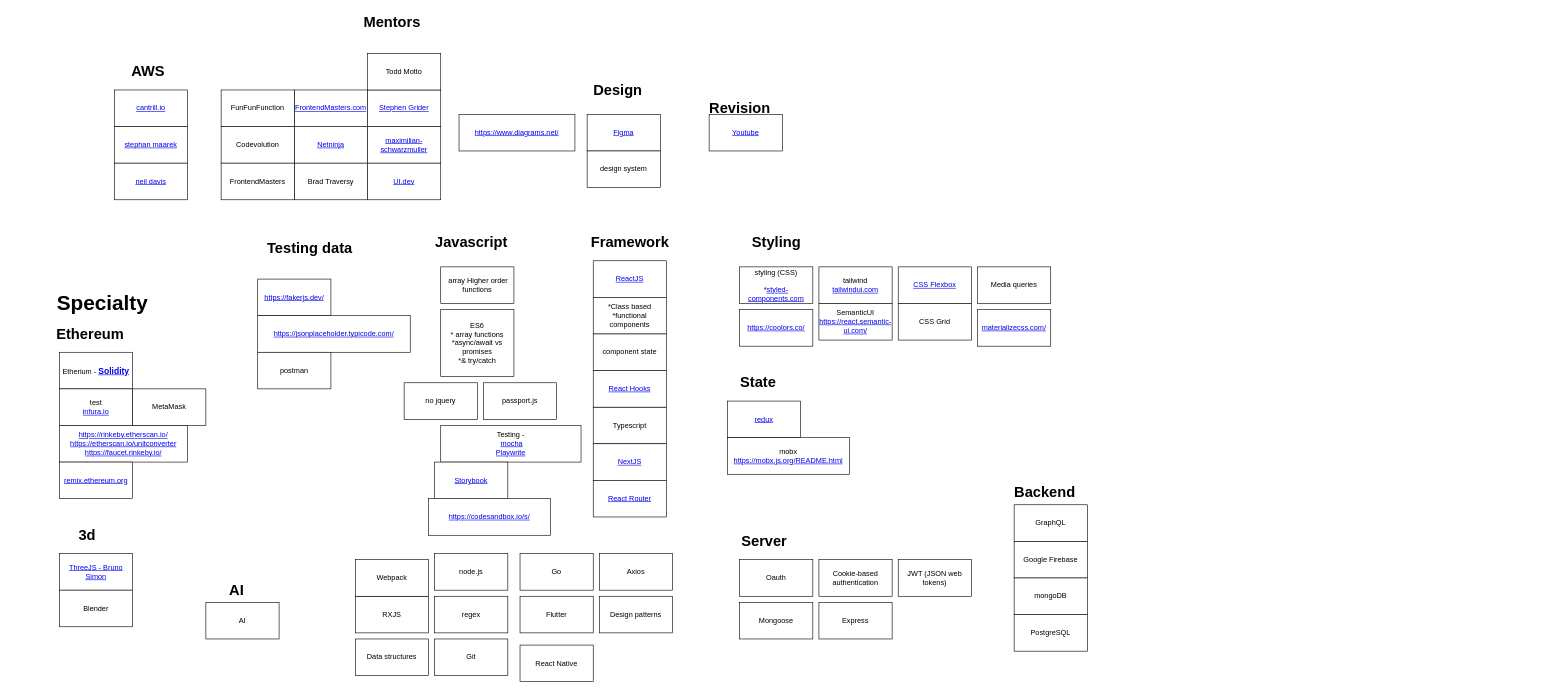
Above: techstack.drawio in swagfinger/swagfinger-diagrams (draw.io), before the change. Source tidied: cells renumbered, new cells numbered last; positions are measured from the earlier drawing's top-left corner, leaving out a move shared by most shapes. Both pictures are drawn from the tidied source at 61%, with x=0, y=0 at pixel (56, 10).
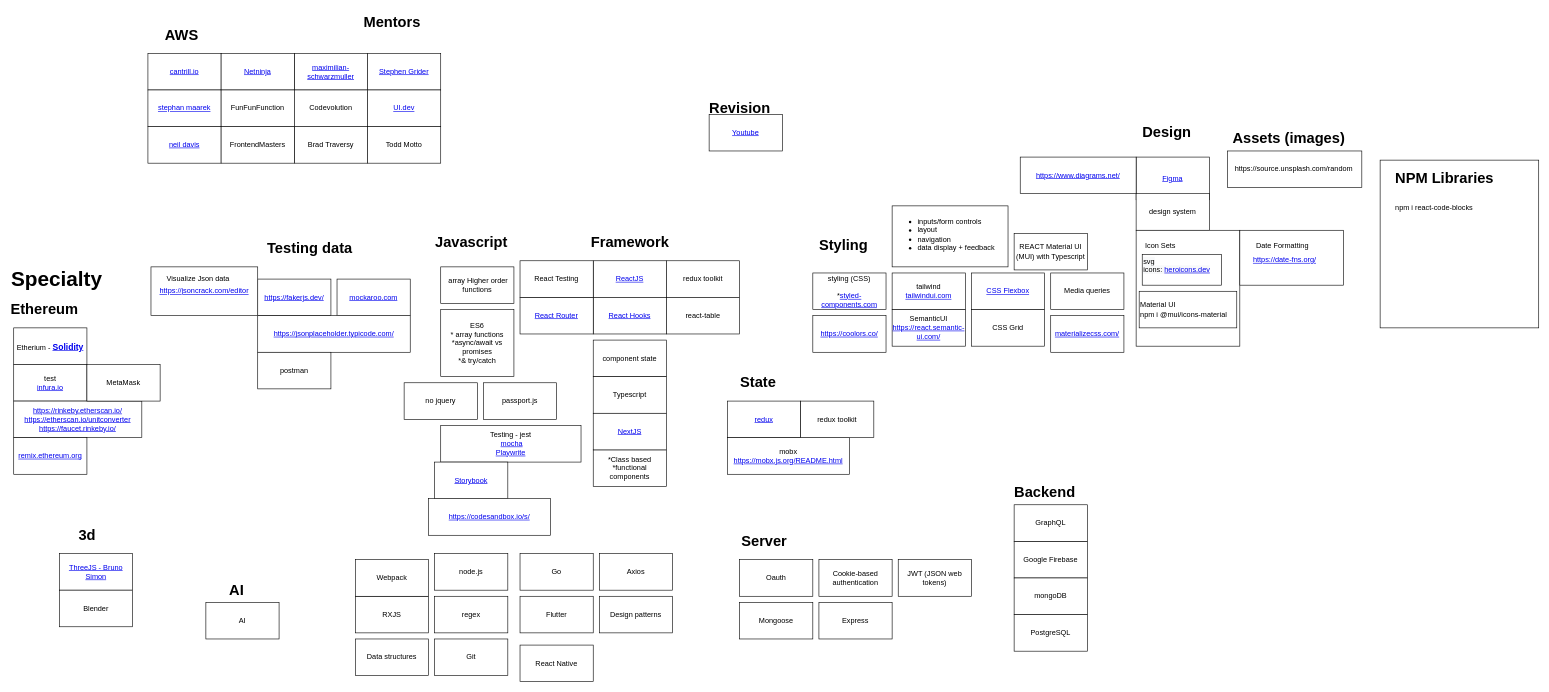
After the change.

Change to the diagram source:
```diff
@@
+    <mxCell id="89" style="rounded=0;whiteSpace=wrap;html=1;labelBackgroundColor=none;fontColor=default;" parent="1" vertex="1">
+      <mxGeometry x="2170" y="245" width="260" height="275" as="geometry" />
+    </mxCell>
@@
     <mxCell id="3" value="styling (CSS)&lt;br&gt;&lt;br&gt;*&lt;a href=&quot;styled-components.com&quot;&gt;styled-components.com&lt;/a&gt;" style="rounded=0;whiteSpace=wrap;html=1;" parent="1" vertex="1">
-      <mxGeometry x="1120" y="420" width="120" height="60" as="geometry" />
+      <mxGeometry x="1240" y="430" width="120" height="60" as="geometry" />
     </mxCell>
@@
     <mxCell id="7" value="Styling" style="text;strokeColor=none;fillColor=none;html=1;fontSize=24;fontStyle=1;verticalAlign=middle;align=center;" parent="1" vertex="1">
-      <mxGeometry x="1130" y="360" width="100" height="40" as="geometry" />
+      <mxGeometry x="1240" y="365" width="100" height="40" as="geometry" />
     </mxCell>
     <mxCell id="8" value="Design" style="text;strokeColor=none;fillColor=none;html=1;fontSize=24;fontStyle=1;verticalAlign=middle;align=center;" parent="1" vertex="1">
-      <mxGeometry x="870" y="110" width="100" height="40" as="geometry" />
+      <mxGeometry x="1770" y="180" width="100" height="40" as="geometry" />
     </mxCell>
     <mxCell id="9" value="&lt;a href=&quot;https://www.figma.com/&quot;&gt;Figma&lt;/a&gt;" style="rounded=0;whiteSpace=wrap;html=1;" parent="1" vertex="1">
-      <mxGeometry x="870" y="170" width="120" height="60" as="geometry" />
+      <mxGeometry x="1770" y="240" width="120" height="70" as="geometry" />
     </mxCell>
     <mxCell id="10" value="*Class based&lt;br&gt;*functional components" style="rounded=0;whiteSpace=wrap;html=1;align=center;" parent="1" vertex="1">
-      <mxGeometry x="880" y="470" width="120" height="60" as="geometry" />
+      <mxGeometry x="880" y="720" width="120" height="60" as="geometry" />
     </mxCell>
@@
     <mxCell id="12" value="component state" style="rounded=0;whiteSpace=wrap;html=1;" parent="1" vertex="1">
-      <mxGeometry x="880" y="530" width="120" height="60" as="geometry" />
+      <mxGeometry x="880" y="540" width="120" height="60" as="geometry" />
     </mxCell>
     <mxCell id="13" value="tailwind&lt;br&gt;&lt;a href=&quot;tailwindui.com&quot;&gt;tailwindui.com&lt;/a&gt;" style="rounded=0;whiteSpace=wrap;html=1;" parent="1" vertex="1">
-      <mxGeometry x="1250" y="420" width="120" height="60" as="geometry" />
+      <mxGeometry x="1370" y="430" width="120" height="60" as="geometry" />
     </mxCell>
     <mxCell id="14" value="Typescript" style="rounded=0;whiteSpace=wrap;html=1;" parent="1" vertex="1">
-      <mxGeometry x="880" y="650" width="120" height="60" as="geometry" />
+      <mxGeometry x="880" y="600" width="120" height="60" as="geometry" />
     </mxCell>
     <mxCell id="15" value="&lt;a href=&quot;https://coolors.co/&quot;&gt;https://coolors.co/&lt;/a&gt;" style="rounded=0;whiteSpace=wrap;html=1;" parent="1" vertex="1">
-      <mxGeometry x="1120" y="490" width="120" height="60" as="geometry" />
+      <mxGeometry x="1240" y="500" width="120" height="60" as="geometry" />
     </mxCell>
     <mxCell id="16" value="&lt;a href=&quot;https://nextjs.org/&quot;&gt;NextJS&lt;/a&gt;" style="rounded=0;whiteSpace=wrap;html=1;" parent="1" vertex="1">
-      <mxGeometry x="880" y="710" width="120" height="60" as="geometry" />
+      <mxGeometry x="880" y="660" width="120" height="60" as="geometry" />
     </mxCell>
     <mxCell id="17" value="SemanticUI&lt;br&gt;&lt;a href=&quot;https://react.semantic-ui.com/&quot;&gt;https://react.semantic-ui.com/&lt;/a&gt;" style="rounded=0;whiteSpace=wrap;html=1;" parent="1" vertex="1">
-      <mxGeometry x="1250" y="480" width="120" height="60" as="geometry" />
+      <mxGeometry x="1370" y="490" width="120" height="60" as="geometry" />
     </mxCell>
@@
     <mxCell id="22" value="Etherium -&amp;nbsp;&lt;h3 style=&quot;-webkit-tap-highlight-color: rgba(255, 255, 255, 0.1); outline: 0px; text-align: left; margin: 0px 0px 3px; padding: 5px 0px 0px; line-height: 1.3; display: inline-block;&quot; class=&quot;LC20lb MBeuO DKV0Md&quot;&gt;&lt;a href=&quot;https://docs.soliditylang.org/&quot;&gt;Solidity&lt;/a&gt;&lt;/h3&gt;" style="rounded=0;whiteSpace=wrap;html=1;" parent="1" vertex="1">
-      <mxGeometry x="5" y="560" width="120" height="60" as="geometry" />
+      <mxGeometry x="-70" y="520" width="120" height="60" as="geometry" />
     </mxCell>
     <mxCell id="23" value="Specialty" style="text;strokeColor=none;fillColor=none;html=1;fontSize=34;fontStyle=1;verticalAlign=middle;align=center;" parent="1" vertex="1">
-      <mxGeometry x="25" y="460" width="100" height="40" as="geometry" />
+      <mxGeometry x="-50" y="420" width="100" height="40" as="geometry" />
     </mxCell>
     <mxCell id="24" value="test&lt;br&gt;&lt;a href=&quot;infura.io&quot;&gt;infura.io&lt;/a&gt;" style="rounded=0;whiteSpace=wrap;html=1;" parent="1" vertex="1">
-      <mxGeometry x="5" y="620" width="120" height="60" as="geometry" />
+      <mxGeometry x="-70" y="580" width="120" height="60" as="geometry" />
     </mxCell>
     <mxCell id="25" value="&lt;a href=&quot;https://rinkeby.etherscan.io/&quot;&gt;https://rinkeby.etherscan.io/&lt;br&gt;&lt;/a&gt;&lt;a href=&quot;https://etherscan.io/unitconverter&quot;&gt;https://etherscan.io/unitconverter&lt;/a&gt;&lt;br&gt;&lt;a href=&quot;https://faucet.rinkeby.io/&quot;&gt;https://faucet.rinkeby.io/&lt;/a&gt;" style="rounded=0;whiteSpace=wrap;html=1;" parent="1" vertex="1">
-      <mxGeometry x="5" y="680" width="210" height="60" as="geometry" />
+      <mxGeometry x="-70" y="640" width="210" height="60" as="geometry" />
     </mxCell>
     <mxCell id="26" value="&lt;a href=&quot;remix.ethereum.org&quot;&gt;remix.ethereum.org&lt;/a&gt;" style="rounded=0;whiteSpace=wrap;html=1;" parent="1" vertex="1">
-      <mxGeometry x="5" y="740" width="120" height="60" as="geometry" />
+      <mxGeometry x="-70" y="700" width="120" height="60" as="geometry" />
     </mxCell>
     <mxCell id="27" value="&lt;a href=&quot;https://www.diagrams.net/&quot;&gt;https://www.diagrams.net/&lt;/a&gt;" style="rounded=0;whiteSpace=wrap;html=1;" parent="1" vertex="1">
-      <mxGeometry x="660" y="170" width="190" height="60" as="geometry" />
+      <mxGeometry x="1580" y="240" width="190" height="60" as="geometry" />
     </mxCell>
     <mxCell id="28" value="Ethereum" style="text;strokeColor=none;fillColor=none;html=1;fontSize=24;fontStyle=1;verticalAlign=middle;align=center;" parent="1" vertex="1">
-      <mxGeometry x="5" y="510" width="100" height="40" as="geometry" />
+      <mxGeometry x="-70" y="470" width="100" height="40" as="geometry" />
     </mxCell>
@@
     <mxCell id="32" value="AWS" style="text;strokeColor=none;fillColor=none;html=1;fontSize=24;fontStyle=1;verticalAlign=middle;align=center;" parent="1" vertex="1">
-      <mxGeometry x="100" y="80" width="100" height="40" as="geometry" />
+      <mxGeometry x="155" y="20" width="100" height="40" as="geometry" />
     </mxCell>
@@
     <mxCell id="35" value="&lt;a href=&quot;cantrill.io&quot;&gt;cantrill.io&lt;/a&gt;" style="rounded=0;whiteSpace=wrap;html=1;" parent="1" vertex="1">
-      <mxGeometry x="95" y="130" width="120" height="60" as="geometry" />
+      <mxGeometry x="150" y="70" width="120" height="60" as="geometry" />
     </mxCell>
     <mxCell id="36" value="&lt;a href=&quot;https://www.udemy.com/user/stephane-maarek/&quot;&gt;stephan maarek&lt;/a&gt;" style="rounded=0;whiteSpace=wrap;html=1;" parent="1" vertex="1">
-      <mxGeometry x="95" y="190" width="120" height="60" as="geometry" />
+      <mxGeometry x="150" y="130" width="120" height="60" as="geometry" />
     </mxCell>
     <mxCell id="37" value="&lt;a href=&quot;https://www.udemy.com/user/63f4a578-c67a-456b-916c-ddadf73e9a26/&quot;&gt;neil davis&lt;/a&gt;" style="rounded=0;whiteSpace=wrap;html=1;" parent="1" vertex="1">
-      <mxGeometry x="95" y="250" width="120" height="60" as="geometry" />
+      <mxGeometry x="150" y="190" width="120" height="60" as="geometry" />
     </mxCell>
@@
     <mxCell id="39" value="&lt;a href=&quot;https://www.udemy.com/user/sgslo/&quot;&gt;Stephen Grider&lt;/a&gt;" style="rounded=0;whiteSpace=wrap;html=1;" parent="1" vertex="1">
-      <mxGeometry x="510" y="130" width="120" height="60" as="geometry" />
+      <mxGeometry x="510" y="70" width="120" height="60" as="geometry" />
     </mxCell>
     <mxCell id="40" value="&lt;a href=&quot;https://www.udemy.com/user/maximilian-schwarzmuller/&quot;&gt;maximilian-schwarzmuller&lt;/a&gt;" style="rounded=0;whiteSpace=wrap;html=1;" parent="1" vertex="1">
-      <mxGeometry x="510" y="190" width="120" height="60" as="geometry" />
+      <mxGeometry x="390" y="70" width="120" height="60" as="geometry" />
     </mxCell>
     <mxCell id="41" value="&lt;a href=&quot;https://ui.dev/&quot;&gt;UI.dev&lt;/a&gt;" style="rounded=0;whiteSpace=wrap;html=1;" parent="1" vertex="1">
-      <mxGeometry x="510" y="250" width="120" height="60" as="geometry" />
+      <mxGeometry x="510" y="130" width="120" height="60" as="geometry" />
     </mxCell>
     <mxCell id="42" value="MetaMask" style="rounded=0;whiteSpace=wrap;html=1;" parent="1" vertex="1">
-      <mxGeometry x="125" y="620" width="120" height="60" as="geometry" />
+      <mxGeometry x="50" y="580" width="120" height="60" as="geometry" />
     </mxCell>
-    <mxCell id="43" value="Testing - &lt;br&gt;&amp;nbsp;&lt;a href=&quot;https://mochajs.org/&quot;&gt;mocha&lt;/a&gt;&lt;br&gt;&lt;a href=&quot;https://playwright.dev&quot;&gt;Playwrite&lt;/a&gt;" style="rounded=0;whiteSpace=wrap;html=1;" parent="1" vertex="1">
+    <mxCell id="43" value="Testing - jest&lt;br&gt;&amp;nbsp;&lt;a href=&quot;https://mochajs.org/&quot;&gt;mocha&lt;/a&gt;&lt;br&gt;&lt;a href=&quot;https://playwright.dev&quot;&gt;Playwrite&lt;/a&gt;" style="rounded=0;whiteSpace=wrap;html=1;" parent="1" vertex="1">
       <mxGeometry x="630" y="680" width="230" height="60" as="geometry" />
     </mxCell>
@@
     <mxCell id="49" value="&lt;a href=&quot;https://www.youtube.com/c/TheNetNinja/playlists?app=desktop&quot;&gt;Netninja&lt;/a&gt;" style="rounded=0;whiteSpace=wrap;html=1;" parent="1" vertex="1">
-      <mxGeometry x="390" y="190" width="120" height="60" as="geometry" />
+      <mxGeometry x="270" y="70" width="120" height="60" as="geometry" />
     </mxCell>
-    <mxCell id="50" value="&lt;a href=&quot;FrontendMasters.com&quot;&gt;FrontendMasters.com&lt;/a&gt;" style="rounded=0;whiteSpace=wrap;html=1;" parent="1" vertex="1">
-      <mxGeometry x="390" y="130" width="120" height="60" as="geometry" />
-    </mxCell>
@@
     <mxCell id="58" value="&lt;a href=&quot;https://css-tricks.com/snippets/css/a-guide-to-flexbox/&quot;&gt;CSS Flexbox&lt;/a&gt;" style="rounded=0;whiteSpace=wrap;html=1;fontSize=12;" parent="1" vertex="1">
-      <mxGeometry x="1380" y="420" width="120" height="60" as="geometry" />
+      <mxGeometry x="1500" y="430" width="120" height="60" as="geometry" />
     </mxCell>
     <mxCell id="59" value="CSS Grid" style="rounded=0;whiteSpace=wrap;html=1;fontSize=12;" parent="1" vertex="1">
-      <mxGeometry x="1380" y="480" width="120" height="60" as="geometry" />
+      <mxGeometry x="1500" y="490" width="120" height="60" as="geometry" />
     </mxCell>
     <mxCell id="60" value="Media queries" style="rounded=0;whiteSpace=wrap;html=1;fontSize=12;" parent="1" vertex="1">
-      <mxGeometry x="1510" y="420" width="120" height="60" as="geometry" />
+      <mxGeometry x="1630" y="430" width="120" height="60" as="geometry" />
     </mxCell>
@@
     <mxCell id="65" value="&lt;a href=&quot;https://reactjs.org/docs/hooks-intro.html&quot;&gt;React Hooks&lt;/a&gt;" style="rounded=0;whiteSpace=wrap;html=1;fontSize=12;" parent="1" vertex="1">
-      <mxGeometry x="880" y="590" width="120" height="60" as="geometry" />
+      <mxGeometry x="880" y="470" width="120" height="60" as="geometry" />
     </mxCell>
@@
     <mxCell id="72" value="&lt;a href=&quot;https://reactrouter.com/en/main&quot;&gt;React Router&lt;/a&gt;" style="rounded=0;whiteSpace=wrap;html=1;fontSize=12;" parent="1" vertex="1">
-      <mxGeometry x="880" y="770" width="120" height="60" as="geometry" />
+      <mxGeometry x="760" y="470" width="120" height="60" as="geometry" />
     </mxCell>
@@
     <mxCell id="75" value="design system" style="rounded=0;whiteSpace=wrap;html=1;" parent="1" vertex="1">
-      <mxGeometry x="870" y="230" width="120" height="60" as="geometry" />
+      <mxGeometry x="1770" y="300" width="120" height="60" as="geometry" />
     </mxCell>
     <mxCell id="76" value="Brad&amp;nbsp;Traversy" style="rounded=0;whiteSpace=wrap;html=1;" parent="1" vertex="1">
-      <mxGeometry x="390" y="250" width="120" height="60" as="geometry" />
+      <mxGeometry x="390" y="190" width="120" height="60" as="geometry" />
     </mxCell>
@@
     <mxCell id="78" value="Codevolution" style="rounded=0;whiteSpace=wrap;html=1;" parent="1" vertex="1">
-      <mxGeometry x="270" y="190" width="120" height="60" as="geometry" />
+      <mxGeometry x="390" y="130" width="120" height="60" as="geometry" />
     </mxCell>
     <mxCell id="79" value="FrontendMasters" style="rounded=0;whiteSpace=wrap;html=1;" parent="1" vertex="1">
-      <mxGeometry x="270" y="250" width="120" height="60" as="geometry" />
+      <mxGeometry x="270" y="190" width="120" height="60" as="geometry" />
     </mxCell>
     <mxCell id="80" value="Todd Motto" style="rounded=0;whiteSpace=wrap;html=1;" parent="1" vertex="1">
-      <mxGeometry x="510" y="70" width="120" height="60" as="geometry" />
+      <mxGeometry x="510" y="190" width="120" height="60" as="geometry" />
     </mxCell>
@@
     <mxCell id="88" value="&lt;a href=&quot;materializecss.com/&quot;&gt;materializecss.com/&lt;/a&gt;" style="rounded=0;whiteSpace=wrap;html=1;" parent="1" vertex="1">
-      <mxGeometry x="1510" y="490" width="120" height="60" as="geometry" />
+      <mxGeometry x="1630" y="500" width="120" height="60" as="geometry" />
     </mxCell>
+    <mxCell id="90" style="rounded=0;whiteSpace=wrap;html=1;" parent="1" vertex="1">
+      <mxGeometry x="1770" y="360" width="170" height="190" as="geometry" />
+    </mxCell>
+    <mxCell id="91" value="Icon Sets" style="text;html=1;strokeColor=none;fillColor=none;align=center;verticalAlign=middle;whiteSpace=wrap;rounded=0;" parent="1" vertex="1">
+      <mxGeometry x="1780" y="370" width="60" height="30" as="geometry" />
+    </mxCell>
+    <mxCell id="92" value="redux toolkit" style="rounded=0;whiteSpace=wrap;html=1;" parent="1" vertex="1">
+      <mxGeometry x="1220" y="640" width="120" height="60" as="geometry" />
+    </mxCell>
+    <mxCell id="93" value="&lt;a href=&quot;data:page/id,x5lRMFWij2Tr5DptwATU&quot;&gt;mockaroo.com&lt;/a&gt;" style="rounded=0;whiteSpace=wrap;html=1;" parent="1" vertex="1">
+      <mxGeometry x="460" y="440" width="120" height="60" as="geometry" />
+    </mxCell>
+    <mxCell id="94" style="rounded=0;whiteSpace=wrap;html=1;" parent="1" vertex="1">
+      <mxGeometry x="1940" y="360" width="170" height="90" as="geometry" />
+    </mxCell>
+    <mxCell id="95" value="Date Formatting" style="text;html=1;strokeColor=none;fillColor=none;align=center;verticalAlign=middle;whiteSpace=wrap;rounded=0;" parent="1" vertex="1">
+      <mxGeometry x="1950" y="370" width="120" height="30" as="geometry" />
+    </mxCell>
+    <mxCell id="96" value="&lt;a href=&quot;https://date-fns.org/&quot;&gt;https://date-fns.org/&lt;/a&gt;" style="text;html=1;strokeColor=none;fillColor=none;align=left;verticalAlign=top;whiteSpace=wrap;rounded=0;" parent="1" vertex="1">
+      <mxGeometry x="1960" y="395" width="140" height="30" as="geometry" />
+    </mxCell>
+    <mxCell id="97" value="&lt;span style=&quot;text-align: left;&quot;&gt;&lt;a href=&quot;https://jsoncrack.com/editor&quot;&gt;https://jsoncrack.com/editor&lt;/a&gt;&lt;/span&gt;" style="rounded=0;whiteSpace=wrap;html=1;" parent="1" vertex="1">
+      <mxGeometry x="155" y="420" width="175" height="80" as="geometry" />
+    </mxCell>
+    <mxCell id="98" value="Visualize Json data" style="text;html=1;strokeColor=none;fillColor=none;align=center;verticalAlign=middle;whiteSpace=wrap;rounded=0;" parent="1" vertex="1">
+      <mxGeometry x="155" y="425" width="155" height="30" as="geometry" />
+    </mxCell>
+    <mxCell id="99" value="&lt;ul&gt;&lt;li&gt;inputs/form controls&lt;/li&gt;&lt;li&gt;layout&lt;/li&gt;&lt;li&gt;navigation&lt;/li&gt;&lt;li&gt;data display + feedback&lt;/li&gt;&lt;/ul&gt;" style="rounded=0;whiteSpace=wrap;html=1;align=left;verticalAlign=top;" parent="1" vertex="1">
+      <mxGeometry x="1370" y="320" width="190" height="100" as="geometry" />
+    </mxCell>
+    <mxCell id="100" value="React Testing" style="rounded=0;whiteSpace=wrap;html=1;" parent="1" vertex="1">
+      <mxGeometry x="760" y="410" width="120" height="60" as="geometry" />
+    </mxCell>
+    <mxCell id="101" value="REACT Material UI (MUI) with Typescript" style="rounded=0;whiteSpace=wrap;html=1;" parent="1" vertex="1">
+      <mxGeometry x="1570" y="365" width="120" height="60" as="geometry" />
+    </mxCell>
+    <mxCell id="102" value="redux toolkit" style="rounded=0;whiteSpace=wrap;html=1;" parent="1" vertex="1">
+      <mxGeometry x="1000" y="410" width="120" height="60" as="geometry" />
+    </mxCell>
+    <mxCell id="103" value="react-table" style="rounded=0;whiteSpace=wrap;html=1;" parent="1" vertex="1">
+      <mxGeometry x="1000" y="470" width="120" height="60" as="geometry" />
+    </mxCell>
+    <mxCell id="104" value="&lt;span style=&quot;&quot;&gt;Material UI&lt;br&gt;npm i @mui/icons-material&lt;/span&gt;" style="rounded=0;whiteSpace=wrap;html=1;labelBackgroundColor=none;fontColor=default;align=left;" parent="1" vertex="1">
+      <mxGeometry x="1775" y="460" width="160" height="60" as="geometry" />
+    </mxCell>
+    <mxCell id="105" value="&#10;&lt;span style=&quot;color: rgb(0, 0, 0); font-family: Helvetica; font-size: 12px; font-style: normal; font-variant-ligatures: normal; font-variant-caps: normal; font-weight: 400; letter-spacing: normal; orphans: 2; text-indent: 0px; text-transform: none; widows: 2; word-spacing: 0px; -webkit-text-stroke-width: 0px; background-color: rgb(248, 249, 250); text-decoration-thickness: initial; text-decoration-style: initial; text-decoration-color: initial; float: none; display: inline !important;&quot;&gt;svg icons:&amp;nbsp;&lt;/span&gt;&lt;a style=&quot;font-family: Helvetica; font-size: 12px; font-style: normal; font-variant-ligatures: normal; font-variant-caps: normal; font-weight: 400; letter-spacing: normal; orphans: 2; text-indent: 0px; text-transform: none; widows: 2; word-spacing: 0px; -webkit-text-stroke-width: 0px; background-color: rgb(248, 249, 250);&quot; href=&quot;data:page/id,x5lRMFWij2Tr5DptwATU&quot;&gt;heroicons.dev&lt;/a&gt;&#10;&#10;" style="rounded=0;whiteSpace=wrap;html=1;labelBackgroundColor=none;fontColor=default;align=left;" parent="1" vertex="1">
+      <mxGeometry x="1780" y="400" width="130" height="50" as="geometry" />
+    </mxCell>
+    <mxCell id="106" value="&lt;h1&gt;&lt;span style=&quot;background-color: initial;&quot;&gt;NPM Libraries&lt;/span&gt;&lt;/h1&gt;&lt;h1&gt;&lt;font style=&quot;font-size: 12px; font-weight: normal;&quot;&gt;npm i&amp;nbsp;react-code-blocks&lt;/font&gt;&lt;br&gt;&lt;/h1&gt;" style="text;html=1;strokeColor=none;fillColor=none;spacing=5;spacingTop=-20;whiteSpace=wrap;overflow=hidden;rounded=0;labelBackgroundColor=none;fontColor=default;" parent="1" vertex="1">
+      <mxGeometry x="2190" y="255" width="220" height="215" as="geometry" />
+    </mxCell>
+    <mxCell id="107" value="&lt;div style=&quot;color: rgb(212, 212, 212); background-color: rgb(30, 30, 30); font-family: Consolas, &amp;quot;Courier New&amp;quot;, monospace; font-weight: normal; font-size: 14px; line-height: 19px;&quot;&gt;&lt;br&gt;&lt;/div&gt;" style="text;whiteSpace=wrap;html=1;" parent="1" vertex="1">
+      <mxGeometry x="1990" y="510" width="300" height="40" as="geometry" />
+    </mxCell>
+    <mxCell id="108" style="rounded=0;whiteSpace=wrap;html=1;" parent="1" vertex="1">
+      <mxGeometry x="1920" y="230" width="220" height="60" as="geometry" />
+    </mxCell>
+    <mxCell id="109" value="https://source.unsplash.com/random" style="text;strokeColor=none;fillColor=none;align=left;verticalAlign=top;whiteSpace=wrap;rounded=0;labelBorderColor=none;labelBackgroundColor=none;fontColor=default;" parent="1" vertex="1">
+      <mxGeometry x="1930" y="245" width="120" height="30" as="geometry" />
+    </mxCell>
+    <mxCell id="110" value="Assets (images)" style="text;strokeColor=none;fillColor=none;html=1;fontSize=24;fontStyle=1;verticalAlign=middle;align=center;" parent="1" vertex="1">
+      <mxGeometry x="1970" y="190" width="100" height="40" as="geometry" />
+    </mxCell>
```
